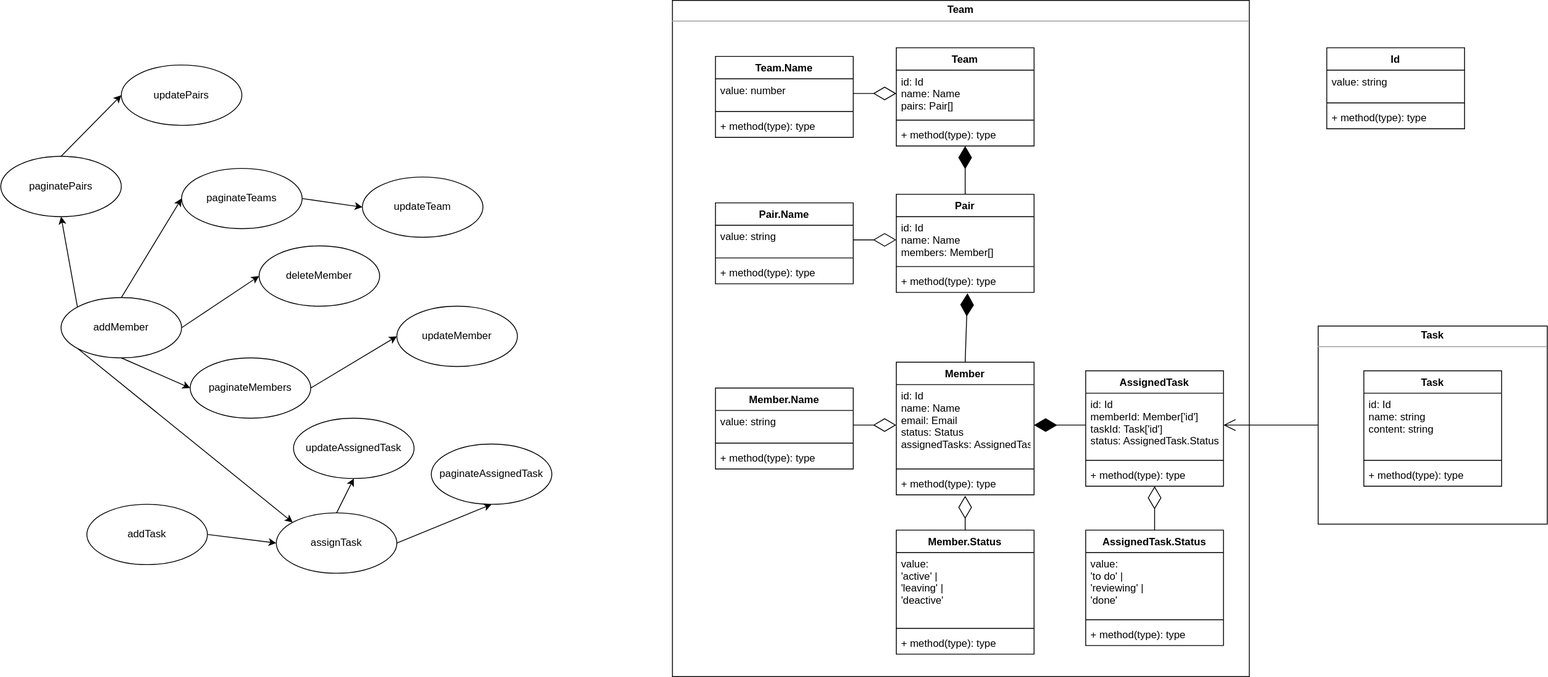
tomoya3178/praha-challenge keeps this draw.io diagram as 35/models.drawio.svg. Above is the earlier version. Source tidied: cells renumbered, new cells last; positions are measured from the earlier drawing's top-left corner, leaving out a move shared by most shapes.
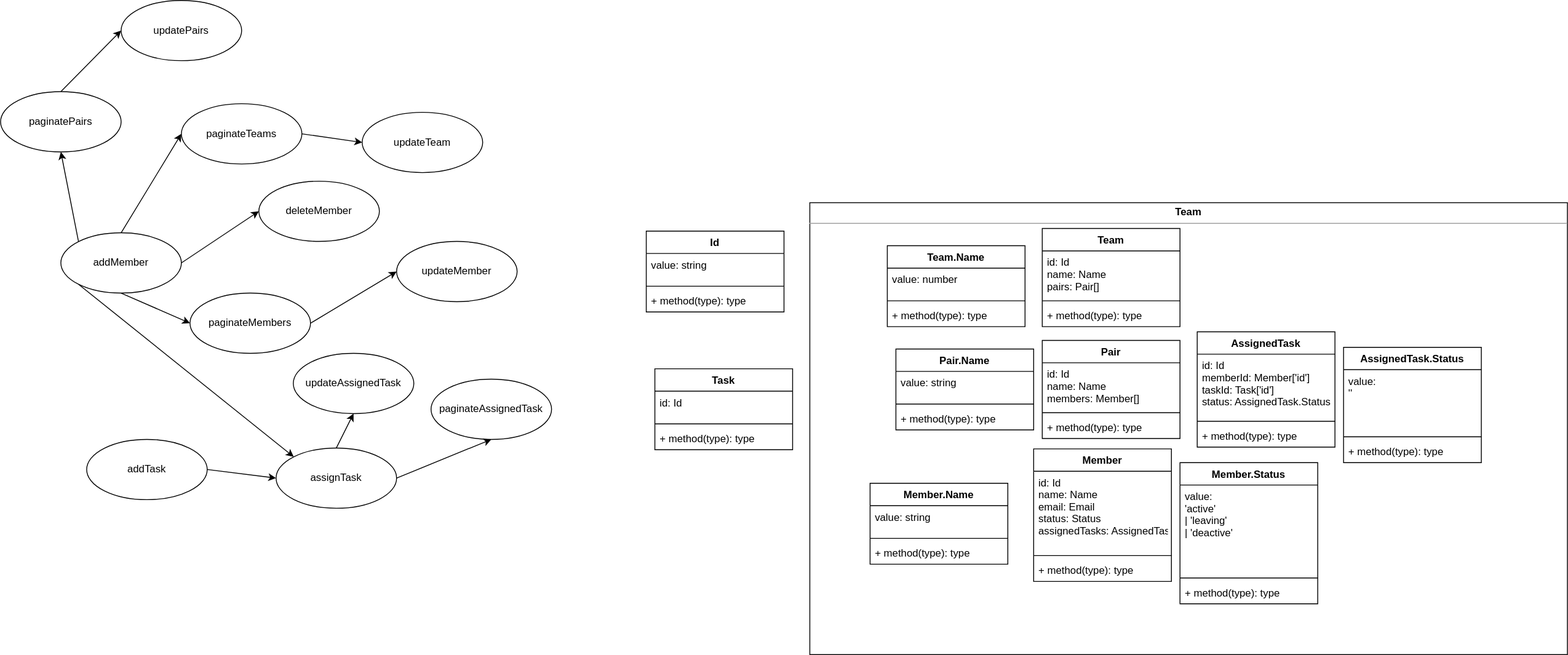
After the change.

Commit message:
モデリング

The edit, as a diff of the source:
```diff
@@ -3,10 +3,10 @@
     <mxCell id="0" />
     <mxCell id="1" parent="0" />
     <mxCell id="2" value="&lt;p style=&quot;margin:0px;margin-top:4px;text-align:center;&quot;&gt;&lt;b&gt;Team&lt;/b&gt;&lt;/p&gt;&lt;hr size=&quot;1&quot;&gt;&lt;div style=&quot;height:2px;&quot;&gt;&lt;br&gt;&lt;/div&gt;" style="verticalAlign=top;align=left;overflow=fill;fontSize=12;fontFamily=Helvetica;html=1;" parent="1" vertex="1">
-      <mxGeometry x="780" width="670" height="785" as="geometry" />
+      <mxGeometry x="780" width="880" height="525" as="geometry" />
     </mxCell>
     <mxCell id="3" value="Team" style="swimlane;fontStyle=1;align=center;verticalAlign=top;horizontal=1;startSize=26;" parent="1" vertex="1">
-      <mxGeometry x="1040" y="55" width="160" height="114" as="geometry" />
+      <mxGeometry x="1050" y="30" width="160" height="114" as="geometry" />
     </mxCell>
     <mxCell id="4" value="id: Id&#10;name: Name&#10;pairs: Pair[]" style="text;strokeColor=none;fillColor=none;align=left;verticalAlign=top;spacingLeft=4;spacingRight=4;overflow=hidden;points=[[0,0.5],[1,0.5]];portConstraint=eastwest;" parent="3" vertex="1">
       <mxGeometry y="26" width="160" height="54" as="geometry" />
@@ -18,7 +18,7 @@
       <mxGeometry y="88" width="160" height="26" as="geometry" />
     </mxCell>
     <mxCell id="7" value="Pair" style="swimlane;fontStyle=1;align=center;verticalAlign=top;horizontal=1;startSize=26;" parent="1" vertex="1">
-      <mxGeometry x="1040" y="225" width="160" height="114" as="geometry" />
+      <mxGeometry x="1050" y="160" width="160" height="114" as="geometry" />
     </mxCell>
     <mxCell id="8" value="id: Id&#10;name: Name&#10;members: Member[]" style="text;strokeColor=none;fillColor=none;align=left;verticalAlign=top;spacingLeft=4;spacingRight=4;overflow=hidden;points=[[0,0.5],[1,0.5]];portConstraint=eastwest;" parent="7" vertex="1">
       <mxGeometry y="26" width="160" height="54" as="geometry" />
@@ -30,7 +30,7 @@
       <mxGeometry y="88" width="160" height="26" as="geometry" />
     </mxCell>
     <mxCell id="11" value="Member" style="swimlane;fontStyle=1;align=center;verticalAlign=top;horizontal=1;startSize=26;" parent="1" vertex="1">
-      <mxGeometry x="1040" y="420" width="160" height="154" as="geometry" />
+      <mxGeometry x="1040" y="286" width="160" height="154" as="geometry" />
     </mxCell>
     <mxCell id="12" value="id: Id&#10;name: Name&#10;email: Email&#10;status: Status&#10;assignedTasks: AssignedTask[]" style="text;strokeColor=none;fillColor=none;align=left;verticalAlign=top;spacingLeft=4;spacingRight=4;overflow=hidden;points=[[0,0.5],[1,0.5]];portConstraint=eastwest;" parent="11" vertex="1">
       <mxGeometry y="26" width="160" height="94" as="geometry" />
@@ -41,8 +41,20 @@
     <mxCell id="14" value="+ method(type): type" style="text;strokeColor=none;fillColor=none;align=left;verticalAlign=top;spacingLeft=4;spacingRight=4;overflow=hidden;" parent="11" vertex="1">
       <mxGeometry y="128" width="160" height="26" as="geometry" />
     </mxCell>
+    <mxCell id="75" value="Task" style="swimlane;fontStyle=1;align=center;verticalAlign=top;horizontal=1;startSize=26;" parent="1" vertex="1">
+      <mxGeometry x="600" y="193" width="160" height="94" as="geometry" />
+    </mxCell>
+    <mxCell id="80" value="id: Id" style="text;strokeColor=none;fillColor=none;align=left;verticalAlign=top;spacingLeft=4;spacingRight=4;overflow=hidden;" parent="75" vertex="1">
+      <mxGeometry y="26" width="160" height="34" as="geometry" />
+    </mxCell>
+    <mxCell id="81" style="line;strokeWidth=1;fillColor=none;align=left;verticalAlign=middle;spacingTop=-1;spacingLeft=3;spacingRight=3;labelPosition=right;strokeColor=inherit;" parent="75" vertex="1">
+      <mxGeometry y="60" width="160" height="8" as="geometry" />
+    </mxCell>
+    <mxCell id="78" value="+ method(type): type" style="text;strokeColor=none;fillColor=none;align=left;verticalAlign=top;spacingLeft=4;spacingRight=4;overflow=hidden;" parent="75" vertex="1">
+      <mxGeometry y="68" width="160" height="26" as="geometry" />
+    </mxCell>
     <mxCell id="15" value="Id" style="swimlane;fontStyle=1;align=center;verticalAlign=top;horizontal=1;startSize=26;" parent="1" vertex="1">
-      <mxGeometry x="1540" y="55" width="160" height="94" as="geometry" />
+      <mxGeometry x="590" y="33" width="160" height="94" as="geometry" />
     </mxCell>
     <mxCell id="16" value="value: string" style="text;strokeColor=none;fillColor=none;align=left;verticalAlign=top;spacingLeft=4;spacingRight=4;overflow=hidden;" parent="15" vertex="1">
       <mxGeometry y="26" width="160" height="34" as="geometry" />
@@ -54,7 +66,7 @@
       <mxGeometry y="68" width="160" height="26" as="geometry" />
     </mxCell>
     <mxCell id="19" value="Team.Name" style="swimlane;fontStyle=1;align=center;verticalAlign=top;horizontal=1;startSize=26;" parent="1" vertex="1">
-      <mxGeometry x="830" y="65" width="160" height="94" as="geometry" />
+      <mxGeometry x="870" y="50" width="160" height="94" as="geometry" />
     </mxCell>
     <mxCell id="20" value="value: number" style="text;strokeColor=none;fillColor=none;align=left;verticalAlign=top;spacingLeft=4;spacingRight=4;overflow=hidden;points=[[0,0.5],[1,0.5]];portConstraint=eastwest;" parent="19" vertex="1">
       <mxGeometry y="26" width="160" height="34" as="geometry" />
@@ -66,7 +78,7 @@
       <mxGeometry y="68" width="160" height="26" as="geometry" />
     </mxCell>
     <mxCell id="23" value="Member.Name" style="swimlane;fontStyle=1;align=center;verticalAlign=top;horizontal=1;startSize=26;" parent="1" vertex="1">
-      <mxGeometry x="830" y="450" width="160" height="94" as="geometry" />
+      <mxGeometry x="850" y="326" width="160" height="94" as="geometry" />
     </mxCell>
     <mxCell id="24" value="value: string" style="text;strokeColor=none;fillColor=none;align=left;verticalAlign=top;spacingLeft=4;spacingRight=4;overflow=hidden;points=[[0,0.5],[1,0.5]];portConstraint=eastwest;" parent="23" vertex="1">
       <mxGeometry y="26" width="160" height="34" as="geometry" />
@@ -78,7 +90,7 @@
       <mxGeometry y="68" width="160" height="26" as="geometry" />
     </mxCell>
     <mxCell id="27" value="Pair.Name" style="swimlane;fontStyle=1;align=center;verticalAlign=top;horizontal=1;startSize=26;" parent="1" vertex="1">
-      <mxGeometry x="830" y="235" width="160" height="94" as="geometry" />
+      <mxGeometry x="880" y="170" width="160" height="94" as="geometry" />
     </mxCell>
     <mxCell id="28" value="value: string" style="text;strokeColor=none;fillColor=none;align=left;verticalAlign=top;spacingLeft=4;spacingRight=4;overflow=hidden;points=[[0,0.5],[1,0.5]];portConstraint=eastwest;" parent="27" vertex="1">
       <mxGeometry y="26" width="160" height="34" as="geometry" />
@@ -108,10 +120,10 @@
       <mxGeometry relative="1" as="geometry" />
     </mxCell>
     <mxCell id="37" value="addMember" style="ellipse;whiteSpace=wrap;html=1;" parent="1" vertex="1">
-      <mxGeometry x="70" y="345" width="140" height="70" as="geometry" />
+      <mxGeometry x="-90" y="35" width="140" height="70" as="geometry" />
     </mxCell>
     <mxCell id="38" value="AssignedTask" style="swimlane;fontStyle=1;align=center;verticalAlign=top;horizontal=1;startSize=26;" parent="1" vertex="1">
-      <mxGeometry x="1260" y="430" width="160" height="134" as="geometry" />
+      <mxGeometry x="1230" y="150" width="160" height="134" as="geometry" />
     </mxCell>
     <mxCell id="39" value="id: Id&#10;memberId: Member['id']&#10;taskId: Task['id']&#10;status: AssignedTask.Status" style="text;strokeColor=none;fillColor=none;align=left;verticalAlign=top;spacingLeft=4;spacingRight=4;overflow=hidden;points=[[0,0.5],[1,0.5]];portConstraint=eastwest;" parent="38" vertex="1">
       <mxGeometry y="26" width="160" height="74" as="geometry" />
@@ -123,37 +135,37 @@
       <mxGeometry y="108" width="160" height="26" as="geometry" />
     </mxCell>
     <mxCell id="42" value="deleteMember" style="ellipse;whiteSpace=wrap;html=1;" parent="1" vertex="1">
-      <mxGeometry x="300" y="285" width="140" height="70" as="geometry" />
+      <mxGeometry x="140" y="-25" width="140" height="70" as="geometry" />
     </mxCell>
     <mxCell id="43" value="paginateMembers" style="ellipse;whiteSpace=wrap;html=1;" parent="1" vertex="1">
-      <mxGeometry x="220" y="415" width="140" height="70" as="geometry" />
+      <mxGeometry x="60" y="105" width="140" height="70" as="geometry" />
     </mxCell>
     <mxCell id="44" value="updateMember" style="ellipse;whiteSpace=wrap;html=1;" parent="1" vertex="1">
-      <mxGeometry x="460" y="355" width="140" height="70" as="geometry" />
+      <mxGeometry x="300" y="45" width="140" height="70" as="geometry" />
     </mxCell>
     <mxCell id="45" style="edgeStyle=none;html=1;exitX=1;exitY=0.5;exitDx=0;exitDy=0;entryX=0;entryY=0.5;entryDx=0;entryDy=0;" parent="1" edge="1" source="46" target="47">
       <mxGeometry relative="1" as="geometry" />
     </mxCell>
     <mxCell id="46" value="paginateTeams" style="ellipse;whiteSpace=wrap;html=1;" parent="1" vertex="1">
-      <mxGeometry x="210" y="195" width="140" height="70" as="geometry" />
+      <mxGeometry x="50" y="-115" width="140" height="70" as="geometry" />
     </mxCell>
     <mxCell id="47" value="updateTeam" style="ellipse;whiteSpace=wrap;html=1;" parent="1" vertex="1">
-      <mxGeometry x="420" y="205" width="140" height="70" as="geometry" />
+      <mxGeometry x="260" y="-105" width="140" height="70" as="geometry" />
     </mxCell>
     <mxCell id="48" style="edgeStyle=none;html=1;exitX=0.5;exitY=0;exitDx=0;exitDy=0;entryX=0;entryY=0.5;entryDx=0;entryDy=0;" parent="1" edge="1" source="49" target="50">
       <mxGeometry relative="1" as="geometry" />
     </mxCell>
     <mxCell id="49" value="paginatePairs" style="ellipse;whiteSpace=wrap;html=1;" parent="1" vertex="1">
-      <mxGeometry y="181" width="140" height="70" as="geometry" />
+      <mxGeometry x="-160" y="-129" width="140" height="70" as="geometry" />
     </mxCell>
     <mxCell id="50" value="updatePairs" style="ellipse;whiteSpace=wrap;html=1;" parent="1" vertex="1">
-      <mxGeometry x="140" y="75" width="140" height="70" as="geometry" />
+      <mxGeometry x="-20" y="-235" width="140" height="70" as="geometry" />
     </mxCell>
     <mxCell id="51" value="updateAssignedTask" style="ellipse;whiteSpace=wrap;html=1;" parent="1" vertex="1">
-      <mxGeometry x="340" y="485" width="140" height="70" as="geometry" />
+      <mxGeometry x="180" y="175" width="140" height="70" as="geometry" />
     </mxCell>
     <mxCell id="52" value="paginateAssignedTask" style="ellipse;whiteSpace=wrap;html=1;" parent="1" vertex="1">
-      <mxGeometry x="500" y="515" width="140" height="70" as="geometry" />
+      <mxGeometry x="340" y="205" width="140" height="70" as="geometry" />
     </mxCell>
     <mxCell id="53" style="edgeStyle=none;html=1;exitX=1;exitY=0.5;exitDx=0;exitDy=0;entryX=0.5;entryY=1;entryDx=0;entryDy=0;" parent="1" edge="1" source="55" target="52">
       <mxGeometry relative="1" as="geometry" />
@@ -162,30 +174,30 @@
       <mxGeometry relative="1" as="geometry" />
     </mxCell>
     <mxCell id="55" value="assignTask" style="ellipse;whiteSpace=wrap;html=1;" parent="1" vertex="1">
-      <mxGeometry x="320" y="595" width="140" height="70" as="geometry" />
+      <mxGeometry x="160" y="285" width="140" height="70" as="geometry" />
     </mxCell>
     <mxCell id="56" value="Member.Status" style="swimlane;fontStyle=1;align=center;verticalAlign=top;horizontal=1;startSize=26;" parent="1" vertex="1">
-      <mxGeometry x="1040" y="615" width="160" height="144" as="geometry" />
+      <mxGeometry x="1210" y="302" width="160" height="164" as="geometry" />
     </mxCell>
-    <mxCell id="57" value="value:&#10;    'active' |&#10;    'leaving' |&#10;    'deactive'" style="text;strokeColor=none;fillColor=none;align=left;verticalAlign=top;spacingLeft=4;spacingRight=4;overflow=hidden;" parent="56" vertex="1">
-      <mxGeometry y="26" width="160" height="84" as="geometry" />
+    <mxCell id="57" value="value:&#10;    'active'&#10;    | 'leaving'&#10;    | 'deactive'" style="text;strokeColor=none;fillColor=none;align=left;verticalAlign=top;spacingLeft=4;spacingRight=4;overflow=hidden;" parent="56" vertex="1">
+      <mxGeometry y="26" width="160" height="104" as="geometry" />
     </mxCell>
     <mxCell id="58" style="line;strokeWidth=1;fillColor=none;align=left;verticalAlign=middle;spacingTop=-1;spacingLeft=3;spacingRight=3;labelPosition=right;strokeColor=inherit;" parent="56" vertex="1">
-      <mxGeometry y="110" width="160" height="8" as="geometry" />
+      <mxGeometry y="130" width="160" height="8" as="geometry" />
     </mxCell>
     <mxCell id="59" value="+ method(type): type" style="text;strokeColor=none;fillColor=none;align=left;verticalAlign=top;spacingLeft=4;spacingRight=4;overflow=hidden;" parent="56" vertex="1">
-      <mxGeometry y="118" width="160" height="26" as="geometry" />
+      <mxGeometry y="138" width="160" height="26" as="geometry" />
     </mxCell>
     <mxCell id="60" style="edgeStyle=none;html=1;exitX=1;exitY=0.5;exitDx=0;exitDy=0;entryX=0;entryY=0.5;entryDx=0;entryDy=0;" parent="1" edge="1" source="61" target="55">
       <mxGeometry relative="1" as="geometry" />
     </mxCell>
     <mxCell id="61" value="addTask" style="ellipse;whiteSpace=wrap;html=1;" parent="1" vertex="1">
-      <mxGeometry x="100" y="585" width="140" height="70" as="geometry" />
+      <mxGeometry x="-60" y="275" width="140" height="70" as="geometry" />
     </mxCell>
     <mxCell id="62" value="AssignedTask.Status" style="swimlane;fontStyle=1;align=center;verticalAlign=top;horizontal=1;startSize=26;" parent="1" vertex="1">
-      <mxGeometry x="1260" y="615" width="160" height="134" as="geometry" />
+      <mxGeometry x="1400" y="168" width="160" height="134" as="geometry" />
     </mxCell>
-    <mxCell id="63" value="value:&#10;    'to do' |&#10;    'reviewing' |&#10;    'done'" style="text;strokeColor=none;fillColor=none;align=left;verticalAlign=top;spacingLeft=4;spacingRight=4;overflow=hidden;" parent="62" vertex="1">
+    <mxCell id="63" value="value:&#10;    ''" style="text;strokeColor=none;fillColor=none;align=left;verticalAlign=top;spacingLeft=4;spacingRight=4;overflow=hidden;" parent="62" vertex="1">
       <mxGeometry y="26" width="160" height="74" as="geometry" />
     </mxCell>
     <mxCell id="64" style="line;strokeWidth=1;fillColor=none;align=left;verticalAlign=middle;spacingTop=-1;spacingLeft=3;spacingRight=3;labelPosition=right;strokeColor=inherit;" parent="62" vertex="1">
@@ -194,49 +206,5 @@
     <mxCell id="65" value="+ method(type): type" style="text;strokeColor=none;fillColor=none;align=left;verticalAlign=top;spacingLeft=4;spacingRight=4;overflow=hidden;" parent="62" vertex="1">
       <mxGeometry y="108" width="160" height="26" as="geometry" />
     </mxCell>
-    <mxCell id="66" style="endArrow=diamondThin;endFill=1;endSize=24;html=1;exitX=0.5;exitY=0;exitDx=0;exitDy=0;" parent="1" edge="1" source="7" target="6">
-      <mxGeometry relative="1" as="geometry" />
-    </mxCell>
-    <mxCell id="67" style="endArrow=diamondThin;endFill=1;endSize=24;html=1;exitX=0.5;exitY=0;exitDx=0;exitDy=0;entryX=0.517;entryY=1.038;entryDx=0;entryDy=0;entryPerimeter=0;" parent="1" edge="1" source="11" target="10">
-      <mxGeometry relative="1" as="geometry" />
-    </mxCell>
-    <mxCell id="68" style="endArrow=diamondThin;endFill=0;endSize=24;html=1;exitX=1;exitY=0.5;exitDx=0;exitDy=0;entryX=0;entryY=0.5;entryDx=0;entryDy=0;" parent="1" edge="1" source="20" target="4">
-      <mxGeometry relative="1" as="geometry" />
-    </mxCell>
-    <mxCell id="69" style="endArrow=diamondThin;endFill=0;endSize=24;html=1;exitX=1;exitY=0.5;exitDx=0;exitDy=0;entryX=0;entryY=0.5;entryDx=0;entryDy=0;" parent="1" edge="1" source="28" target="8">
-      <mxGeometry relative="1" as="geometry" />
-    </mxCell>
-    <mxCell id="70" style="endArrow=diamondThin;endFill=0;endSize=24;html=1;exitX=1;exitY=0.5;exitDx=0;exitDy=0;entryX=0;entryY=0.5;entryDx=0;entryDy=0;" parent="1" edge="1" source="24" target="12">
-      <mxGeometry relative="1" as="geometry" />
-    </mxCell>
-    <mxCell id="71" style="endArrow=diamondThin;endFill=0;endSize=24;html=1;exitX=0.5;exitY=0;exitDx=0;exitDy=0;" parent="1" edge="1" source="56">
-      <mxGeometry relative="1" as="geometry">
-        <mxPoint x="1120" y="575" as="targetPoint" />
-      </mxGeometry>
-    </mxCell>
-    <mxCell id="72" value="&lt;p style=&quot;margin:0px;margin-top:4px;text-align:center;&quot;&gt;&lt;b&gt;Task&lt;/b&gt;&lt;/p&gt;&lt;hr size=&quot;1&quot;&gt;&lt;div style=&quot;height:2px;&quot;&gt;&lt;br&gt;&lt;/div&gt;" style="verticalAlign=top;align=left;overflow=fill;fontSize=12;fontFamily=Helvetica;html=1;" parent="1" vertex="1">
-      <mxGeometry x="1530" y="378" width="266" height="230" as="geometry" />
-    </mxCell>
-    <mxCell id="73" style="endArrow=diamondThin;endFill=1;endSize=24;html=1;exitX=0;exitY=0.5;exitDx=0;exitDy=0;entryX=1;entryY=0.5;entryDx=0;entryDy=0;" parent="1" edge="1" source="39" target="12">
-      <mxGeometry relative="1" as="geometry" />
-    </mxCell>
-    <mxCell id="74" style="endArrow=diamondThin;endFill=0;endSize=24;html=1;exitX=0.5;exitY=0;exitDx=0;exitDy=0;" parent="1" edge="1" source="62" target="41">
-      <mxGeometry relative="1" as="geometry" />
-    </mxCell>
-    <mxCell id="75" value="Task" style="swimlane;fontStyle=1;align=center;verticalAlign=top;horizontal=1;startSize=26;" parent="1" vertex="1">
-      <mxGeometry x="1583" y="430" width="160" height="134" as="geometry" />
-    </mxCell>
-    <mxCell id="76" value="id: Id&#10;name: string&#10;content: string" style="text;strokeColor=none;fillColor=none;align=left;verticalAlign=top;spacingLeft=4;spacingRight=4;overflow=hidden;" parent="75" vertex="1">
-      <mxGeometry y="26" width="160" height="74" as="geometry" />
-    </mxCell>
-    <mxCell id="77" style="line;strokeWidth=1;fillColor=none;align=left;verticalAlign=middle;spacingTop=-1;spacingLeft=3;spacingRight=3;labelPosition=right;strokeColor=inherit;" parent="75" vertex="1">
-      <mxGeometry y="100" width="160" height="8" as="geometry" />
-    </mxCell>
-    <mxCell id="78" value="+ method(type): type" style="text;strokeColor=none;fillColor=none;align=left;verticalAlign=top;spacingLeft=4;spacingRight=4;overflow=hidden;" parent="75" vertex="1">
-      <mxGeometry y="108" width="160" height="26" as="geometry" />
-    </mxCell>
-    <mxCell id="79" style="endArrow=open;endFill=1;endSize=12;html=1;entryX=1;entryY=0.5;entryDx=0;entryDy=0;exitX=0;exitY=0.5;exitDx=0;exitDy=0;" parent="1" edge="1" source="72" target="39">
-      <mxGeometry relative="1" as="geometry" />
-    </mxCell>
   </root>
 </mxGraphModel>
```
